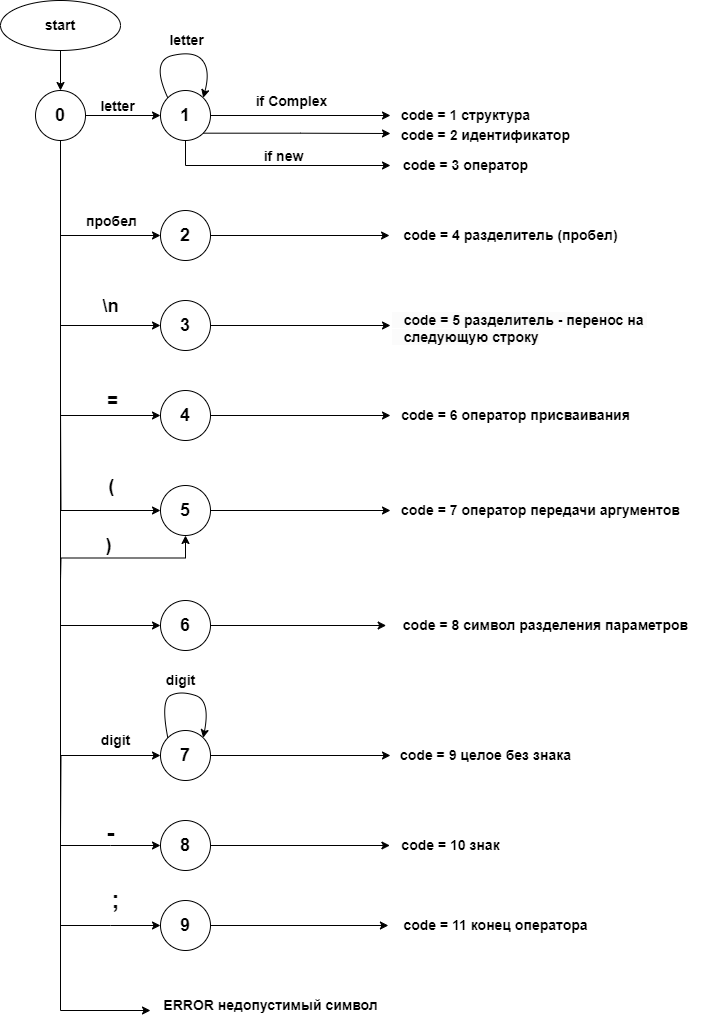
ksalikhova/TFLC keeps this draw.io diagram as README images/scanner_state_diagram.png. Above is the earlier version. Source tidied: cells renumbered, new cells last; positions are measured from the earlier drawing's top-left corner, leaving out a move shared by most shapes.
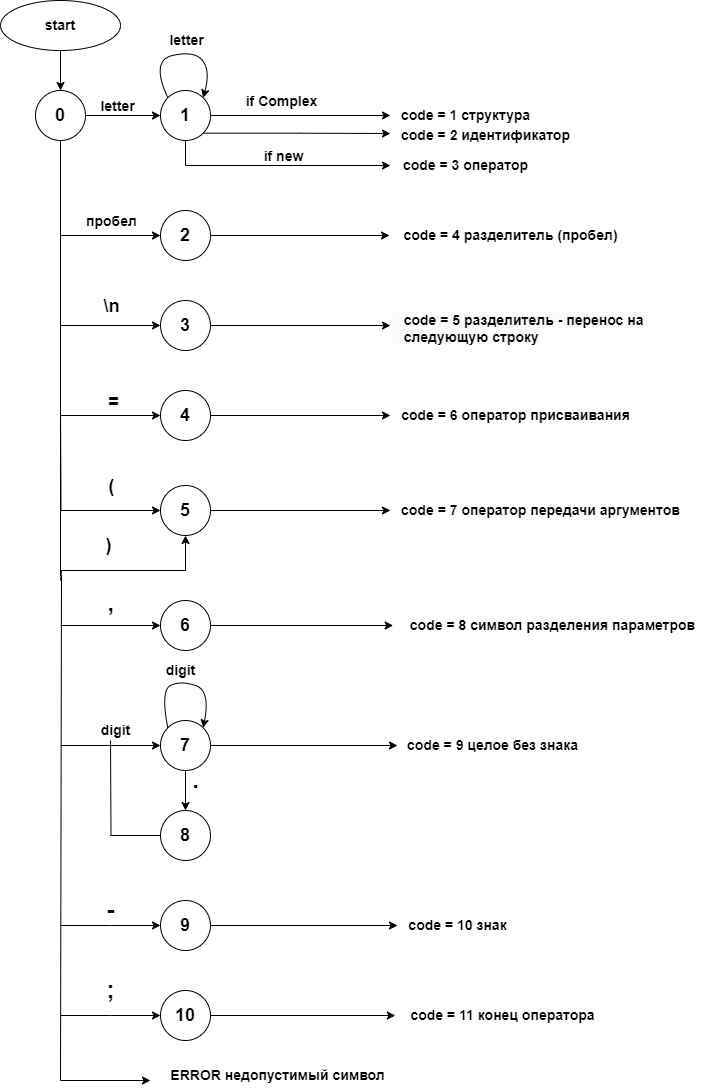
After the change.

The edit, as a diff of the source:
```diff
@@ -18,7 +18,11 @@
     </mxCell>
     <mxCell id="6" style="edgeStyle=orthogonalEdgeStyle;rounded=0;jettySize=auto;html=1;exitX=0.5;exitY=1;exitDx=0;exitDy=0;endArrow=none;endFill=0;" parent="1" edge="1" source="7">
       <mxGeometry relative="1" as="geometry">
-        <mxPoint x="60" y="1010" as="targetPoint" />
+        <mxPoint x="60" y="1080" as="targetPoint" />
+        <Array as="points">
+          <mxPoint x="60" y="575" />
+          <mxPoint x="61" y="575" />
+        </Array>
       </mxGeometry>
     </mxCell>
     <mxCell id="7" value="&lt;font style=&quot;font-size: 18px;&quot;&gt;&lt;b style=&quot;&quot;&gt;0&lt;/b&gt;&lt;/font&gt;" style="ellipse;whiteSpace=wrap;html=1;" parent="1" vertex="1">
@@ -29,7 +33,7 @@
     </mxCell>
     <mxCell id="9" value="&lt;b&gt;&lt;font style=&quot;font-size: 14px;&quot;&gt;if Complex&lt;/font&gt;&lt;/b&gt;" style="edgeLabel;html=1;align=center;verticalAlign=middle;" parent="8" vertex="1">
       <mxGeometry x="-0.39" y="1" relative="1" as="geometry">
-        <mxPoint x="25" y="-14" as="offset" />
+        <mxPoint x="15" y="-14" as="offset" />
       </mxGeometry>
     </mxCell>
     <mxCell id="10" style="edgeStyle=orthogonalEdgeStyle;rounded=0;jettySize=auto;html=1;exitX=0.5;exitY=1;exitDx=0;exitDy=0;" parent="1" edge="1" source="12" target="18">
@@ -127,6 +131,10 @@
     <mxCell id="32" style="edgeStyle=orthogonalEdgeStyle;rounded=0;jettySize=auto;html=1;exitX=0.5;exitY=1;exitDx=0;exitDy=0;startArrow=classic;startFill=1;endArrow=none;endFill=0;" parent="1" edge="1" source="33">
       <mxGeometry relative="1" as="geometry">
         <mxPoint x="60" y="580" as="targetPoint" />
+        <Array as="points">
+          <mxPoint x="185" y="570" />
+          <mxPoint x="61" y="570" />
+        </Array>
       </mxGeometry>
     </mxCell>
     <mxCell id="33" value="&lt;font style=&quot;font-size: 18px;&quot;&gt;&lt;b&gt;5&lt;/b&gt;&lt;/font&gt;" style="ellipse;whiteSpace=wrap;html=1;" parent="1" vertex="1">
@@ -167,87 +175,104 @@
     <mxCell id="42" value="&lt;font style=&quot;font-size: 18px;&quot;&gt;&lt;b&gt;6&lt;/b&gt;&lt;/font&gt;" style="ellipse;whiteSpace=wrap;html=1;" parent="1" vertex="1">
       <mxGeometry x="160" y="600" width="50" height="50" as="geometry" />
     </mxCell>
-    <mxCell id="43" value="&lt;font style=&quot;font-size: 14px;&quot;&gt;&lt;b&gt;code = 8&amp;nbsp;&lt;/b&gt;&lt;b style=&quot;border-color: var(--border-color);&quot;&gt;символ разделения параметров&lt;/b&gt;&lt;b&gt;&lt;br&gt;&lt;/b&gt;&lt;/font&gt;" style="text;html=1;align=center;verticalAlign=middle;points=[];strokeColor=none;fillColor=none;" parent="1" vertex="1">
-      <mxGeometry x="390" y="610" width="310" height="30" as="geometry" />
+    <mxCell id="43" value="&lt;font style=&quot;font-size: 14px;&quot;&gt;&lt;b&gt;code = 8&amp;nbsp;&lt;/b&gt;&lt;b&gt;символ разделения параметров&lt;/b&gt;&lt;b&gt;&lt;br&gt;&lt;/b&gt;&lt;/font&gt;" style="text;html=1;align=center;verticalAlign=middle;points=[];strokeColor=none;fillColor=none;" parent="1" vertex="1">
+      <mxGeometry x="397" y="610" width="310" height="30" as="geometry" />
     </mxCell>
     <mxCell id="44" style="edgeStyle=orthogonalEdgeStyle;rounded=0;jettySize=auto;html=1;exitX=1;exitY=0.5;exitDx=0;exitDy=0;entryX=-0.014;entryY=0.5;entryDx=0;entryDy=0;entryPerimeter=0;" parent="1" edge="1" source="42" target="43">
       <mxGeometry relative="1" as="geometry" />
     </mxCell>
-    <mxCell id="45" style="edgeStyle=orthogonalEdgeStyle;rounded=0;jettySize=auto;html=1;exitX=0;exitY=0.5;exitDx=0;exitDy=0;startArrow=classic;startFill=1;endArrow=none;endFill=0;" parent="1" edge="1" source="47">
-      <mxGeometry relative="1" as="geometry">
-        <mxPoint x="60" y="835" as="targetPoint" />
-      </mxGeometry>
-    </mxCell>
     <mxCell id="46" style="edgeStyle=orthogonalEdgeStyle;rounded=0;jettySize=auto;html=1;exitX=1;exitY=0.5;exitDx=0;exitDy=0;" parent="1" edge="1" source="47" target="50">
       <mxGeometry relative="1" as="geometry" />
     </mxCell>
+    <mxCell id="64" style="edgeStyle=orthogonalEdgeStyle;rounded=0;jettySize=auto;html=1;exitX=0;exitY=0.5;exitDx=0;exitDy=0;endArrow=none;endFill=0;startArrow=classic;startFill=1;" parent="1" edge="1" source="47">
+      <mxGeometry relative="1" as="geometry">
+        <mxPoint x="60" y="745" as="targetPoint" />
+      </mxGeometry>
+    </mxCell>
+    <mxCell id="65" style="edgeStyle=orthogonalEdgeStyle;rounded=0;jettySize=auto;html=1;exitX=0.5;exitY=1;exitDx=0;exitDy=0;entryX=0.5;entryY=0;entryDx=0;entryDy=0;" parent="1" edge="1" source="47" target="60">
+      <mxGeometry relative="1" as="geometry" />
+    </mxCell>
     <mxCell id="47" value="&lt;font style=&quot;font-size: 18px;&quot;&gt;&lt;b&gt;7&lt;/b&gt;&lt;/font&gt;" style="ellipse;whiteSpace=wrap;html=1;" parent="1" vertex="1">
-      <mxGeometry x="160" y="730" width="50" height="50" as="geometry" />
+      <mxGeometry x="160" y="720" width="50" height="50" as="geometry" />
     </mxCell>
     <mxCell id="48" style="curved=1;endArrow=classic;html=1;rounded=0;entryX=1;entryY=0;entryDx=0;entryDy=0;exitX=0;exitY=0;exitDx=0;exitDy=0;" parent="1" edge="1" source="47" target="47">
       <mxGeometry relative="1" as="geometry">
         <Array as="points">
-          <mxPoint x="160" y="700" />
-          <mxPoint x="180" y="690" />
-          <mxPoint x="210" y="700" />
+          <mxPoint x="160" y="690" />
+          <mxPoint x="180" y="680" />
+          <mxPoint x="210" y="690" />
         </Array>
       </mxGeometry>
     </mxCell>
     <mxCell id="49" value="&lt;b&gt;&lt;font style=&quot;font-size: 14px;&quot;&gt;digit&lt;/font&gt;&lt;/b&gt;" style="edgeLabel;html=1;align=center;verticalAlign=middle;" parent="1" vertex="1">
-      <mxGeometry x="115" y="740" as="geometry">
+      <mxGeometry x="115" y="730" as="geometry">
         <mxPoint x="64" y="-61" as="offset" />
       </mxGeometry>
     </mxCell>
     <mxCell id="50" value="&lt;font style=&quot;font-size: 14px;&quot;&gt;&lt;b&gt;code = 9 целое без знака&lt;/b&gt;&lt;/font&gt;" style="text;html=1;align=center;verticalAlign=middle;points=[];strokeColor=none;fillColor=none;" parent="1" vertex="1">
-      <mxGeometry x="390" y="740" width="190" height="30" as="geometry" />
+      <mxGeometry x="397" y="730" width="190" height="30" as="geometry" />
     </mxCell>
-    <mxCell id="51" style="edgeStyle=orthogonalEdgeStyle;rounded=0;jettySize=auto;html=1;exitX=0;exitY=0.5;exitDx=0;exitDy=0;startArrow=classic;startFill=1;endArrow=none;endFill=0;" parent="1" edge="1" source="52">
-      <mxGeometry relative="1" as="geometry">
-        <mxPoint x="60" y="925" as="targetPoint" />
-      </mxGeometry>
-    </mxCell>
+    <mxCell id="66" style="edgeStyle=orthogonalEdgeStyle;rounded=0;jettySize=auto;html=1;exitX=0;exitY=0.5;exitDx=0;exitDy=0;endArrow=none;endFill=0;startArrow=classic;startFill=1;" parent="1" edge="1" source="52">
+      <mxGeometry relative="1" as="geometry">
+        <mxPoint x="60" y="1015" as="targetPoint" />
+      </mxGeometry>
+    </mxCell>
-    <mxCell id="52" value="&lt;font style=&quot;font-size: 18px;&quot;&gt;&lt;b&gt;9&lt;/b&gt;&lt;/font&gt;" style="ellipse;whiteSpace=wrap;html=1;" parent="1" vertex="1">
-      <mxGeometry x="160" y="900" width="50" height="50" as="geometry" />
+    <mxCell id="52" value="&lt;font style=&quot;font-size: 18px;&quot;&gt;&lt;b&gt;10&lt;/b&gt;&lt;/font&gt;" style="ellipse;whiteSpace=wrap;html=1;" parent="1" vertex="1">
+      <mxGeometry x="160" y="990" width="50" height="50" as="geometry" />
     </mxCell>
     <mxCell id="53" value="&lt;font style=&quot;font-size: 14px;&quot;&gt;&lt;b&gt;code = 11 конец оператора&lt;/b&gt;&lt;/font&gt;" style="text;html=1;align=center;verticalAlign=middle;points=[];strokeColor=none;fillColor=none;" parent="1" vertex="1">
-      <mxGeometry x="390" y="910" width="210" height="30" as="geometry" />
+      <mxGeometry x="397" y="1000" width="210" height="30" as="geometry" />
     </mxCell>
     <mxCell id="54" style="edgeStyle=orthogonalEdgeStyle;rounded=0;jettySize=auto;html=1;exitX=1;exitY=0.5;exitDx=0;exitDy=0;entryX=-0.01;entryY=0.5;entryDx=0;entryDy=0;entryPerimeter=0;" parent="1" edge="1" source="52" target="53">
       <mxGeometry relative="1" as="geometry" />
     </mxCell>
     <mxCell id="55" value="&lt;font style=&quot;font-size: 24px;&quot;&gt;&lt;b&gt;;&lt;/b&gt;&lt;/font&gt;" style="text;html=1;align=center;verticalAlign=middle;strokeColor=none;fillColor=none;" parent="1" vertex="1">
-      <mxGeometry x="100" y="880" width="30" height="40" as="geometry" />
+      <mxGeometry x="95" y="970" width="30" height="40" as="geometry" />
     </mxCell>
     <mxCell id="56" value="&lt;b&gt;&lt;font style=&quot;font-size: 14px;&quot;&gt;digit&lt;/font&gt;&lt;/b&gt;" style="edgeLabel;html=1;align=center;verticalAlign=middle;" parent="1" vertex="1">
-      <mxGeometry x="50" y="800" as="geometry">
+      <mxGeometry x="50" y="790" as="geometry">
         <mxPoint x="64" y="-61" as="offset" />
       </mxGeometry>
     </mxCell>
     <mxCell id="57" style="endArrow=classic;html=1;rounded=0;" parent="1" edge="1">
       <mxGeometry relative="1" as="geometry">
-        <mxPoint x="60" y="1010" as="sourcePoint" />
-        <mxPoint x="150" y="1010" as="targetPoint" />
+        <mxPoint x="60" y="1080" as="sourcePoint" />
+        <mxPoint x="150" y="1080" as="targetPoint" />
       </mxGeometry>
     </mxCell>
     <mxCell id="58" value="&lt;b&gt;&lt;font style=&quot;font-size: 14px;&quot;&gt;ERROR недопустимый символ&lt;/font&gt;&lt;/b&gt;" style="text;html=1;align=center;verticalAlign=middle;strokeColor=none;fillColor=none;" parent="1" vertex="1">
-      <mxGeometry x="150" y="990" width="240" height="30" as="geometry" />
+      <mxGeometry x="157" y="1060" width="240" height="30" as="geometry" />
     </mxCell>
-    <mxCell id="59" style="edgeStyle=orthogonalEdgeStyle;rounded=0;jettySize=auto;html=1;startArrow=classic;startFill=1;endArrow=none;endFill=0;" parent="1" edge="1" source="60">
-      <mxGeometry relative="1" as="geometry">
-        <mxPoint x="60" y="845" as="targetPoint" />
-      </mxGeometry>
-    </mxCell>
+    <mxCell id="67" style="edgeStyle=orthogonalEdgeStyle;rounded=0;jettySize=auto;html=1;exitX=0;exitY=0.5;exitDx=0;exitDy=0;endArrow=none;endFill=0;" parent="1" edge="1" source="60">
+      <mxGeometry relative="1" as="geometry">
+        <mxPoint x="110" y="740" as="targetPoint" />
+      </mxGeometry>
+    </mxCell>
     <mxCell id="60" value="&lt;font style=&quot;font-size: 18px;&quot;&gt;&lt;b&gt;8&lt;/b&gt;&lt;/font&gt;" style="ellipse;whiteSpace=wrap;html=1;" parent="1" vertex="1">
-      <mxGeometry x="160" y="820" width="50" height="50" as="geometry" />
+      <mxGeometry x="160" y="810" width="50" height="50" as="geometry" />
     </mxCell>
+    <mxCell id="68" value="&lt;font style=&quot;font-size: 24px;&quot;&gt;&lt;b&gt;.&lt;/b&gt;&lt;/font&gt;" style="text;html=1;align=center;verticalAlign=middle;strokeColor=none;fillColor=none;" parent="1" vertex="1">
+      <mxGeometry x="180" y="760" width="30" height="40" as="geometry" />
+    </mxCell>
+    <mxCell id="69" value="&lt;b&gt;&lt;font style=&quot;font-size: 24px;&quot;&gt;,&lt;/font&gt;&lt;/b&gt;" style="text;html=1;align=center;verticalAlign=middle;strokeColor=none;fillColor=none;" parent="1" vertex="1">
+      <mxGeometry x="95" y="583" width="30" height="40" as="geometry" />
+    </mxCell>
+    <mxCell id="70" style="edgeStyle=orthogonalEdgeStyle;rounded=0;jettySize=auto;html=1;exitX=1;exitY=0.5;exitDx=0;exitDy=0;" parent="1" edge="1" source="72" target="61">
+      <mxGeometry relative="1" as="geometry" />
+    </mxCell>
+    <mxCell id="71" style="edgeStyle=orthogonalEdgeStyle;rounded=0;jettySize=auto;html=1;exitX=0;exitY=0.5;exitDx=0;exitDy=0;startArrow=classic;startFill=1;endArrow=none;endFill=0;" parent="1" edge="1" source="72">
+      <mxGeometry relative="1" as="geometry">
+        <mxPoint x="60" y="925" as="targetPoint" />
+      </mxGeometry>
+    </mxCell>
+    <mxCell id="72" value="&lt;font style=&quot;font-size: 18px;&quot;&gt;&lt;b&gt;9&lt;/b&gt;&lt;/font&gt;" style="ellipse;whiteSpace=wrap;html=1;" parent="1" vertex="1">
+      <mxGeometry x="160" y="900" width="50" height="50" as="geometry" />
+    </mxCell>
     <mxCell id="61" value="&lt;font style=&quot;font-size: 14px;&quot;&gt;&lt;b&gt;code = 10 знак&lt;/b&gt;&lt;/font&gt;" style="text;html=1;align=center;verticalAlign=middle;points=[];strokeColor=none;fillColor=none;" parent="1" vertex="1">
-      <mxGeometry x="390" y="830" width="120" height="30" as="geometry" />
+      <mxGeometry x="397" y="910" width="120" height="30" as="geometry" />
     </mxCell>
-    <mxCell id="62" style="edgeStyle=orthogonalEdgeStyle;rounded=0;jettySize=auto;html=1;exitX=1;exitY=0.5;exitDx=0;exitDy=0;entryX=-0.005;entryY=0.5;entryDx=0;entryDy=0;entryPerimeter=0;" parent="1" edge="1" source="60" target="61">
-      <mxGeometry relative="1" as="geometry" />
-    </mxCell>
-    <mxCell id="63" value="&lt;b&gt;&lt;font style=&quot;font-size: 24px;&quot;&gt;-&lt;/font&gt;&lt;/b&gt;" style="text;html=1;align=center;verticalAlign=middle;strokeColor=none;fillColor=none;" parent="1" vertex="1">
-      <mxGeometry x="95" y="813" width="30" height="40" as="geometry" />
+    <mxCell id="63" value="&lt;font style=&quot;font-size: 24px;&quot;&gt;&lt;b&gt;-&lt;/b&gt;&lt;/font&gt;" style="text;html=1;align=center;verticalAlign=middle;strokeColor=none;fillColor=none;" parent="1" vertex="1">
+      <mxGeometry x="95" y="890" width="30" height="40" as="geometry" />
     </mxCell>
   </root>
 </mxGraphModel>
```
